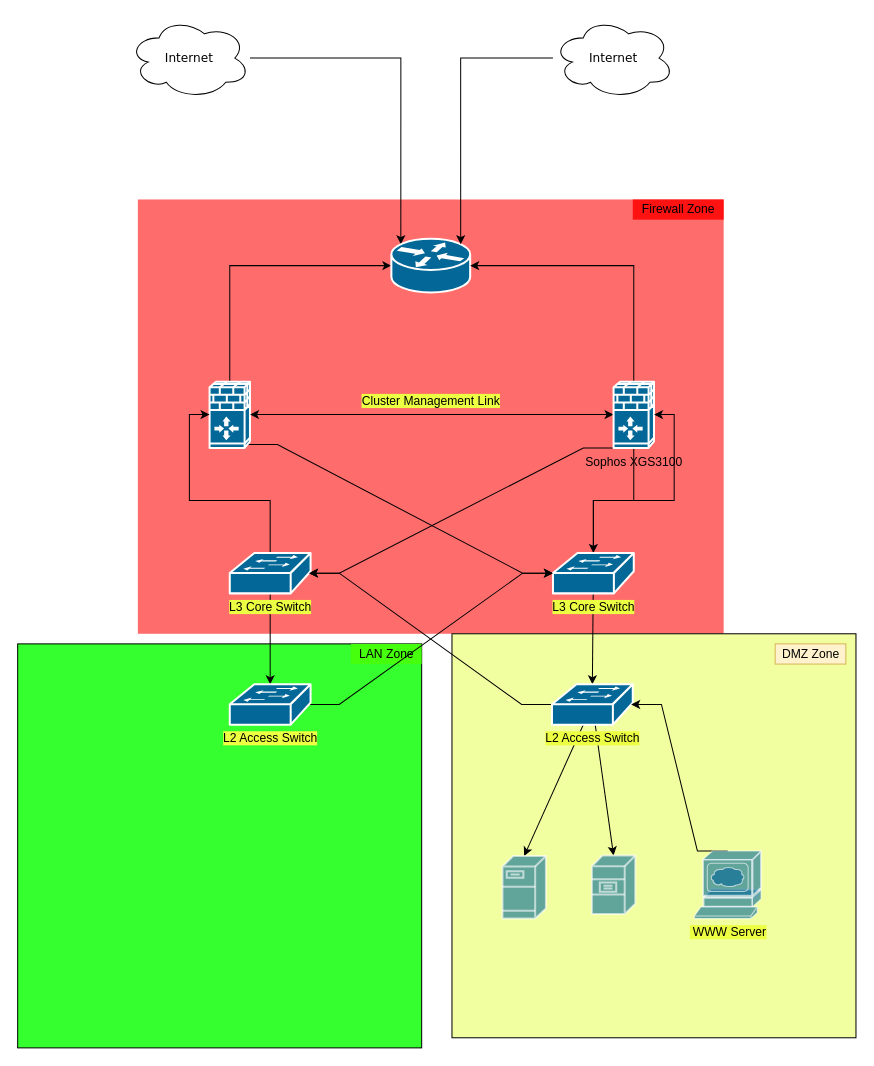
This is Untitled Diagram.drawio from DarkHor53/testin121, a draw.io file, before an edit. Source tidied: cells renumbered, new cells numbered last; positions are measured from the earlier drawing's top-left corner, leaving out a move shared by most shapes. Both pictures are drawn from the tidied source at 101%, with x=0, y=0 at pixel (17, 17).
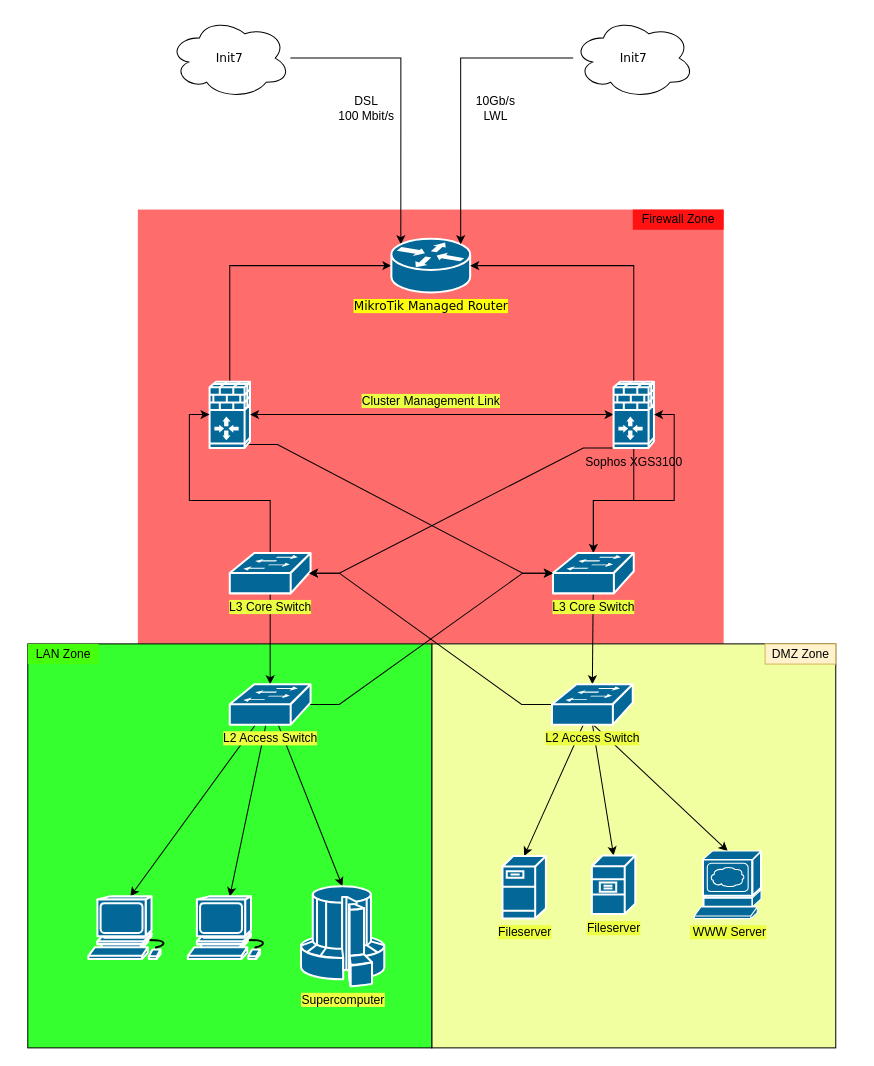
The same page after the edit.

Unchanged cells that the change refers to:
```xml
<mxCell id="30" value="L2 Access Switch" style="shape=mxgraph.cisco.switches.workgroup_switch;sketch=0;html=1;dashed=0;fillColor=#036897;strokeColor=#ffffff;strokeWidth=2;verticalLabelPosition=bottom;verticalAlign=top;align=center;outlineConnect=0;labelBackgroundColor=#ECFF42;" parent="1" vertex="1">
  <mxGeometry x="210" y="660" width="80" height="40" as="geometry" />
</mxCell>
<mxCell id="34" value="L2 Access Switch" style="shape=mxgraph.cisco.switches.workgroup_switch;sketch=0;html=1;dashed=0;fillColor=#036897;strokeColor=#ffffff;strokeWidth=2;verticalLabelPosition=bottom;verticalAlign=top;align=center;outlineConnect=0;labelBackgroundColor=#ECFF42;" parent="1" vertex="1">
  <mxGeometry x="529" y="660" width="80" height="40" as="geometry" />
</mxCell>
```

Diff of the diagram source:
```diff
@@
     <mxCell id="2" style="rounded=0;whiteSpace=wrap;html=1;labelBackgroundColor=#ECFF42;fillColor=#FF0A0A;imageAspect=1;gradientColor=none;strokeColor=none;opacity=60;" parent="1" vertex="1">
-      <mxGeometry x="119" y="180" width="580" height="430" as="geometry" />
+      <mxGeometry x="119" y="190" width="580" height="430" as="geometry" />
     </mxCell>
@@
-    <mxCell id="8" value="Internet" style="ellipse;shape=cloud;whiteSpace=wrap;html=1;rounded=0;shadow=0;comic=0;strokeWidth=1;fontFamily=Verdana;fontSize=12;" parent="1" vertex="1">
-      <mxGeometry x="110" width="120" height="80" as="geometry" />
+    <mxCell id="8" value="Init7" style="ellipse;shape=cloud;whiteSpace=wrap;html=1;rounded=0;shadow=0;comic=0;strokeWidth=1;fontFamily=Verdana;fontSize=12;" parent="1" vertex="1">
+      <mxGeometry x="150" width="120" height="80" as="geometry" />
     </mxCell>
-    <mxCell id="9" style="shape=mxgraph.cisco.routers.router;html=1;dashed=0;fillColor=#036897;strokeColor=#ffffff;strokeWidth=2;verticalLabelPosition=bottom;verticalAlign=top;rounded=0;shadow=0;comic=0;fontFamily=Verdana;fontSize=12;" parent="1" vertex="1">
+    <mxCell id="9" value="&lt;span style=&quot;background-color: rgb(255, 255, 10);&quot;&gt;MikroTik Managed Router&lt;/span&gt;" style="shape=mxgraph.cisco.routers.router;html=1;dashed=0;fillColor=#036897;strokeColor=#ffffff;strokeWidth=2;verticalLabelPosition=bottom;verticalAlign=top;rounded=0;shadow=0;comic=0;fontFamily=Verdana;fontSize=12;" parent="1" vertex="1">
       <mxGeometry x="370" y="219" width="78" height="53" as="geometry" />
     </mxCell>
@@
-    <mxCell id="16" value="Internet" style="ellipse;shape=cloud;whiteSpace=wrap;html=1;rounded=0;shadow=0;comic=0;strokeWidth=1;fontFamily=Verdana;fontSize=12;" parent="1" vertex="1">
-      <mxGeometry x="530" width="120" height="80" as="geometry" />
+    <mxCell id="16" value="Init7" style="ellipse;shape=cloud;whiteSpace=wrap;html=1;rounded=0;shadow=0;comic=0;strokeWidth=1;fontFamily=Verdana;fontSize=12;" parent="1" vertex="1">
+      <mxGeometry x="550" width="120" height="80" as="geometry" />
     </mxCell>
     <mxCell id="17" style="whiteSpace=wrap;html=1;labelBackgroundColor=#ECFF42;fillColor=#F2FFA1;" parent="1" vertex="1">
-      <mxGeometry x="430" y="610" width="400" height="400" as="geometry" />
+      <mxGeometry x="410" y="620" width="400" height="400" as="geometry" />
     </mxCell>
     <mxCell id="18" style="whiteSpace=wrap;html=1;labelBackgroundColor=#ECFF42;fillColor=#35FF2E;" parent="1" vertex="1">
-      <mxGeometry y="620" width="400" height="400" as="geometry" />
+      <mxGeometry x="10" y="620" width="400" height="400" as="geometry" />
     </mxCell>
@@
     <mxCell id="26" value="Firewall Zone" style="text;html=1;align=center;verticalAlign=middle;strokeColor=none;fillColor=#FF1212;" parent="1" vertex="1">
-      <mxGeometry x="609" y="180" width="90" height="20" as="geometry" />
+      <mxGeometry x="609" y="190" width="90" height="20" as="geometry" />
     </mxCell>
     <mxCell id="27" value="DMZ Zone" style="text;html=1;align=center;verticalAlign=middle;strokeColor=#d6b656;fillColor=#fff2cc;" parent="1" vertex="1">
-      <mxGeometry x="750" y="620" width="70" height="20" as="geometry" />
+      <mxGeometry x="740" y="620" width="70" height="20" as="geometry" />
     </mxCell>
     <mxCell id="28" value="LAN Zone" style="text;html=1;align=center;verticalAlign=middle;strokeColor=none;fillColor=#45FF0D;" parent="1" vertex="1">
-      <mxGeometry x="330" y="620" width="70" height="20" as="geometry" />
+      <mxGeometry x="10" y="620" width="70" height="20" as="geometry" />
     </mxCell>
@@
+    <mxCell id="39" style="edgeStyle=none;rounded=0;jettySize=auto;html=1;entryX=0.5;entryY=0;entryDx=0;entryDy=0;entryPerimeter=0;" parent="1" edge="1" source="30" target="43">
+      <mxGeometry relative="1" as="geometry" />
+    </mxCell>
+    <mxCell id="40" style="edgeStyle=none;rounded=0;jettySize=auto;html=1;entryX=0.5;entryY=0;entryDx=0;entryDy=0;entryPerimeter=0;" parent="1" edge="1" source="30" target="44">
+      <mxGeometry relative="1" as="geometry" />
+    </mxCell>
+    <mxCell id="41" style="edgeStyle=none;rounded=0;jettySize=auto;html=1;entryX=0.5;entryY=0;entryDx=0;entryDy=0;entryPerimeter=0;" parent="1" edge="1" source="30" target="45">
+      <mxGeometry relative="1" as="geometry" />
+    </mxCell>
@@
-    <mxCell id="32" style="rounded=0;jettySize=auto;html=1;entryX=0.5;entryY=0;entryDx=0;entryDy=0;entryPerimeter=0;" parent="1" edge="1" source="34" target="36">
+    <mxCell id="32" style="rounded=0;jettySize=auto;html=1;entryX=0.5;entryY=0;entryDx=0;entryDy=0;entryPerimeter=0;exitX=0.5;exitY=0.98;exitDx=0;exitDy=0;exitPerimeter=0;" parent="1" edge="1" source="34" target="36">
       <mxGeometry relative="1" as="geometry" />
     </mxCell>
@@
+    <mxCell id="42" style="edgeStyle=none;rounded=0;jettySize=auto;html=1;exitX=0.5;exitY=0.98;exitDx=0;exitDy=0;exitPerimeter=0;entryX=0.5;entryY=0;entryDx=0;entryDy=0;entryPerimeter=0;" parent="1" edge="1" source="34" target="38">
+      <mxGeometry relative="1" as="geometry" />
+    </mxCell>
@@
-    <mxCell id="35" style="shape=mxgraph.cisco.servers.fileserver;sketch=0;html=1;dashed=0;fillColor=#036897;strokeColor=#ffffff;strokeWidth=2;verticalLabelPosition=bottom;verticalAlign=top;align=center;outlineConnect=0;labelBackgroundColor=#ECFF42;opacity=60;" parent="1" vertex="1">
+    <mxCell id="35" value="Fileserver" style="shape=mxgraph.cisco.servers.fileserver;sketch=0;html=1;dashed=0;fillColor=#036897;strokeColor=#ffffff;strokeWidth=2;verticalLabelPosition=bottom;verticalAlign=top;align=center;outlineConnect=0;labelBackgroundColor=#ECFF42;" parent="1" vertex="1">
       <mxGeometry x="480" y="830" width="43" height="62" as="geometry" />
     </mxCell>
-    <mxCell id="36" style="shape=mxgraph.cisco.servers.file_server;sketch=0;html=1;dashed=0;fillColor=#036897;strokeColor=#ffffff;strokeWidth=2;verticalLabelPosition=bottom;verticalAlign=top;align=center;outlineConnect=0;labelBackgroundColor=#ECFF42;opacity=60;" parent="1" vertex="1">
+    <mxCell id="36" value="Fileserver" style="shape=mxgraph.cisco.servers.file_server;sketch=0;html=1;dashed=0;fillColor=#036897;strokeColor=#ffffff;strokeWidth=2;verticalLabelPosition=bottom;verticalAlign=top;align=center;outlineConnect=0;labelBackgroundColor=#ECFF42;" parent="1" vertex="1">
       <mxGeometry x="568.5" y="829.5" width="43" height="58" as="geometry" />
     </mxCell>
-    <mxCell id="37" style="edgeStyle=entityRelationEdgeStyle;rounded=0;jettySize=auto;html=1;exitX=0.5;exitY=0;exitDx=0;exitDy=0;exitPerimeter=0;entryX=0.98;entryY=0.5;entryDx=0;entryDy=0;entryPerimeter=0;" parent="1" edge="1" source="38" target="34">
-      <mxGeometry relative="1" as="geometry" />
-    </mxCell>
-    <mxCell id="38" value="&amp;nbsp;WWW Server" style="shape=mxgraph.cisco.servers.www_server;sketch=0;html=1;dashed=0;fillColor=#036897;strokeColor=#ffffff;strokeWidth=2;verticalLabelPosition=bottom;verticalAlign=top;align=center;outlineConnect=0;labelBackgroundColor=#ECFF42;opacity=60;" parent="1" vertex="1">
+    <mxCell id="38" value="&amp;nbsp;WWW Server" style="shape=mxgraph.cisco.servers.www_server;sketch=0;html=1;dashed=0;fillColor=#036897;strokeColor=#ffffff;strokeWidth=2;verticalLabelPosition=bottom;verticalAlign=top;align=center;outlineConnect=0;labelBackgroundColor=#ECFF42;" parent="1" vertex="1">
       <mxGeometry x="670" y="825" width="66" height="67" as="geometry" />
     </mxCell>
+    <mxCell id="43" style="shape=mxgraph.cisco.computers_and_peripherals.workstation;sketch=0;html=1;dashed=0;fillColor=#036897;strokeColor=#ffffff;strokeWidth=2;verticalLabelPosition=bottom;verticalAlign=top;align=center;outlineConnect=0;labelBackgroundColor=#ECFF42;" parent="1" vertex="1">
+      <mxGeometry x="168.5" y="870" width="83" height="62" as="geometry" />
+    </mxCell>
+    <mxCell id="44" style="shape=mxgraph.cisco.computers_and_peripherals.workstation;sketch=0;html=1;dashed=0;fillColor=#036897;strokeColor=#ffffff;strokeWidth=2;verticalLabelPosition=bottom;verticalAlign=top;align=center;outlineConnect=0;labelBackgroundColor=#ECFF42;" parent="1" vertex="1">
+      <mxGeometry x="70" y="870" width="83" height="62" as="geometry" />
+    </mxCell>
+    <mxCell id="45" value="Supercomputer" style="shape=mxgraph.cisco.computers_and_peripherals.supercomputer;sketch=0;html=1;dashed=0;fillColor=#036897;strokeColor=#ffffff;strokeWidth=2;verticalLabelPosition=bottom;verticalAlign=top;align=center;outlineConnect=0;labelBackgroundColor=#ECFF42;" parent="1" vertex="1">
+      <mxGeometry x="280" y="860" width="83" height="99" as="geometry" />
+    </mxCell>
+    <mxCell id="46" value="10Gb/s&lt;br&gt;LWL" style="text;html=1;align=center;verticalAlign=middle;strokeColor=none;fillColor=none;" parent="1" vertex="1">
+      <mxGeometry x="448" y="75" width="50" height="30" as="geometry" />
+    </mxCell>
+    <mxCell id="47" value="DSL&lt;br&gt;100 Mbit/s" style="text;html=1;align=center;verticalAlign=middle;strokeColor=none;fillColor=none;" parent="1" vertex="1">
+      <mxGeometry x="310" y="75" width="70" height="30" as="geometry" />
+    </mxCell>
```
